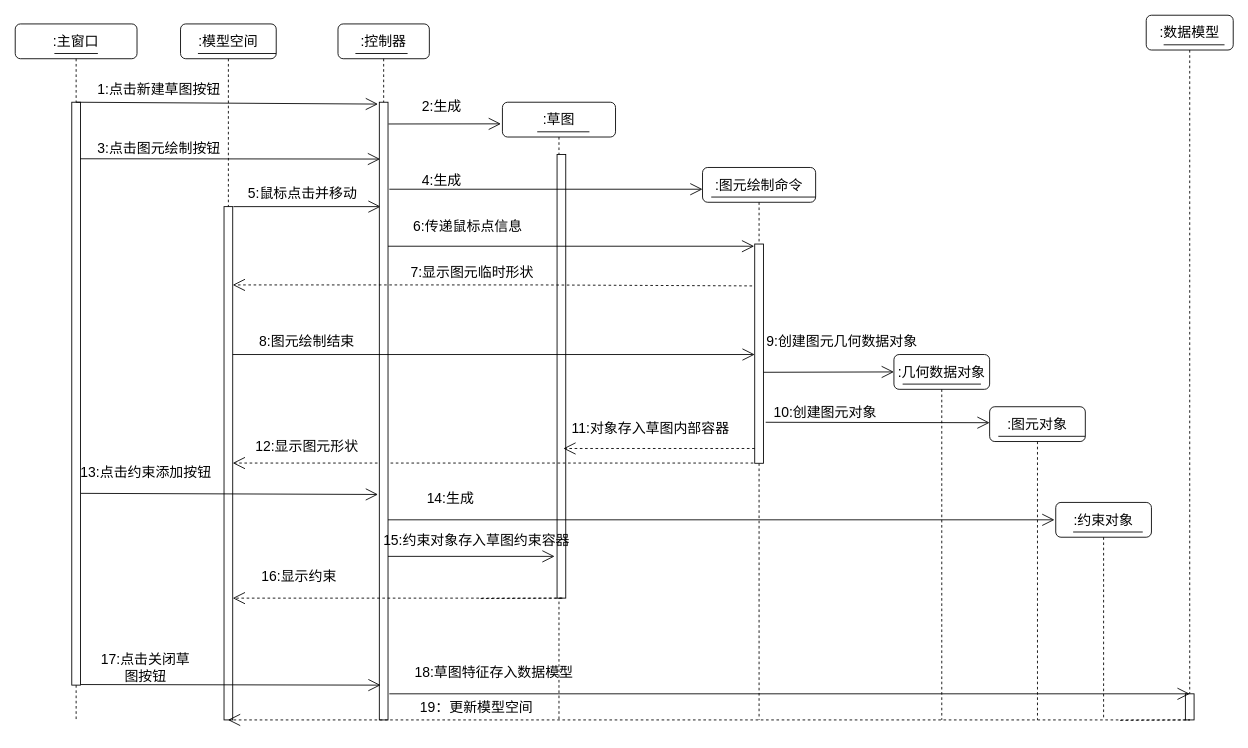
This is 系统与算法交互时序图.drawio from liuhuliuhu123/First-test, a draw.io file, before an edit. Source tidied: cells renumbered, new cells numbered last; positions are measured from the earlier drawing's top-left corner, leaving out a move shared by most shapes. Both pictures are drawn from the tidied source at 87%, with x=0, y=0 at pixel (15, 15).
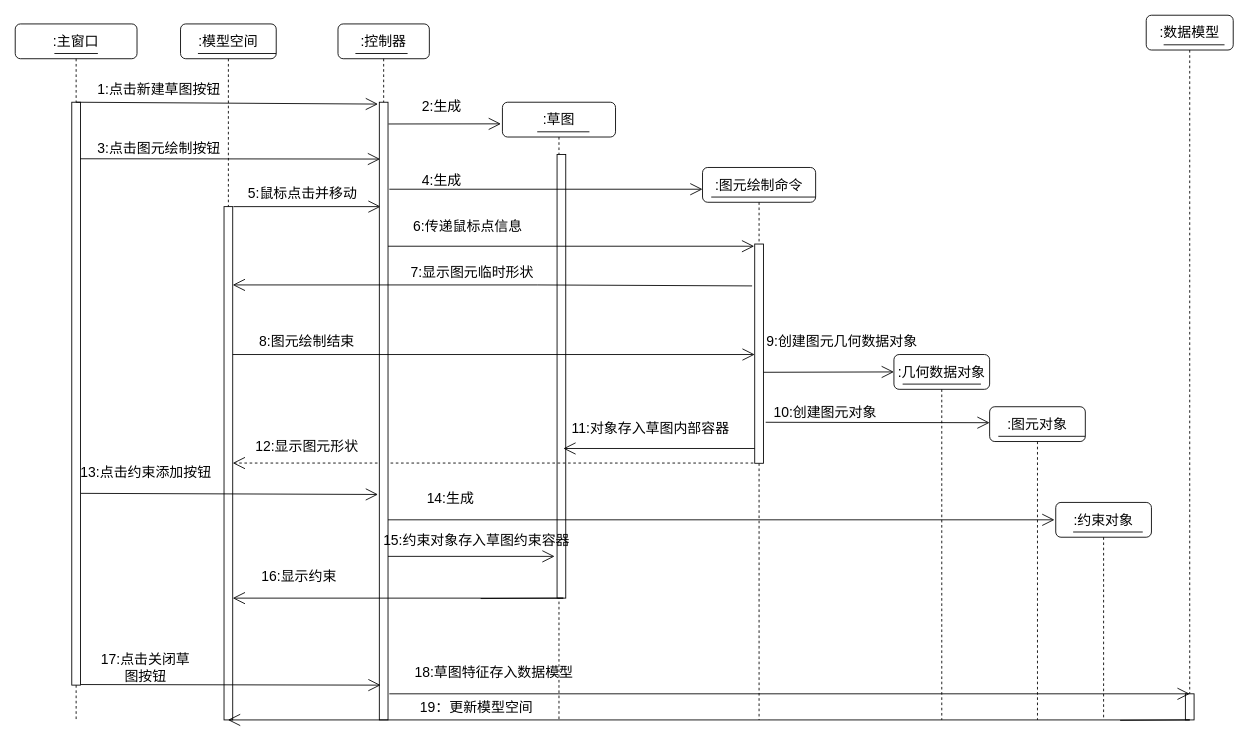
The same page after the edit.

Commit message:
更新系统与算法交互时序图.drawio

The change refers to these unchanged cells:
```xml
<mxCell id="2" value="&lt;font style=&quot;font-size: 16px;&quot; face=&quot;Noto Sans Simplified Chinese&quot;&gt;:模型空间&lt;/font&gt;" style="shape=umlLifeline;perimeter=lifelinePerimeter;whiteSpace=wrap;html=1;outlineConnect=0;rounded=1;shadow=0;comic=0;labelBackgroundColor=none;strokeWidth=1;fontFamily=Verdana;fontSize=12;align=center;" parent="1" vertex="1">
  <mxGeometry x="190" y="10" width="110" height="800" as="geometry" />
</mxCell>
<mxCell id="8" value="&lt;font style=&quot;font-size: 16px;&quot; face=&quot;Noto Sans Simplified Chinese&quot;&gt;:图元绘制命令&lt;/font&gt;" style="shape=umlLifeline;perimeter=lifelinePerimeter;whiteSpace=wrap;html=1;rounded=1;shadow=0;comic=0;labelBackgroundColor=none;strokeWidth=1;fontFamily=Verdana;fontSize=12;align=center;" parent="1" vertex="1">
  <mxGeometry x="790" y="175" width="130" height="635" as="geometry" />
</mxCell>
<mxCell id="10" style="html=1;points=[];perimeter=orthogonalPerimeter;rounded=0;shadow=0;comic=0;labelBackgroundColor=none;strokeWidth=1;fontFamily=Verdana;fontSize=12;align=center;" parent="8" vertex="1">
  <mxGeometry x="60" y="88" width="10" height="252" as="geometry" />
</mxCell>
```

What changed in the source:
```diff
@@
-    <mxCell id="11" style="endArrow=open;endFill=1;endSize=12;html=1;rounded=0;dashed=1;" parent="8" edge="1">
+    <mxCell id="11" style="endArrow=open;endFill=1;endSize=12;html=1;rounded=0;" parent="8" edge="1">
       <mxGeometry relative="1" as="geometry">
         <mxPoint x="60" y="323" as="sourcePoint" />
         <mxPoint x="-160" y="323" as="targetPoint" />
       </mxGeometry>
     </mxCell>
@@
-    <mxCell id="37" style="endArrow=open;endFill=1;endSize=12;html=1;rounded=0;exitX=-0.3;exitY=0.191;exitDx=0;exitDy=0;exitPerimeter=0;dashed=1;" parent="1" edge="1" source="10">
+    <mxCell id="37" style="endArrow=open;endFill=1;endSize=12;html=1;rounded=0;exitX=-0.3;exitY=0.191;exitDx=0;exitDy=0;exitPerimeter=0;" parent="1" edge="1" source="10">
       <mxGeometry relative="1" as="geometry">
         <mxPoint x="250" y="310" as="targetPoint" />
         <Array as="points">
           <mxPoint x="600" y="310" />
         </Array>
       </mxGeometry>
     </mxCell>
@@
-    <mxCell id="42" style="endArrow=open;endFill=1;endSize=12;html=1;rounded=0;dashed=1;" parent="1" edge="1">
+    <mxCell id="42" style="endArrow=open;endFill=1;endSize=12;html=1;rounded=0;" parent="1" edge="1">
       <mxGeometry relative="1" as="geometry">
         <mxPoint x="535" y="670.5" as="sourcePoint" />
         <mxPoint x="250" y="670" as="targetPoint" />
         <Array as="points">
           <mxPoint x="630" y="670" />
         </Array>
       </mxGeometry>
     </mxCell>
@@
-    <mxCell id="62" style="endArrow=open;endFill=1;endSize=12;html=1;rounded=0;dashed=1;" parent="1" edge="1" target="2">
+    <mxCell id="62" style="endArrow=open;endFill=1;endSize=12;html=1;rounded=0;" parent="1" edge="1" target="2">
       <mxGeometry relative="1" as="geometry">
         <mxPoint x="1270" y="810.5" as="sourcePoint" />
         <Array as="points">
           <mxPoint x="1350" y="810" />
         </Array>
       </mxGeometry>
     </mxCell>
```
